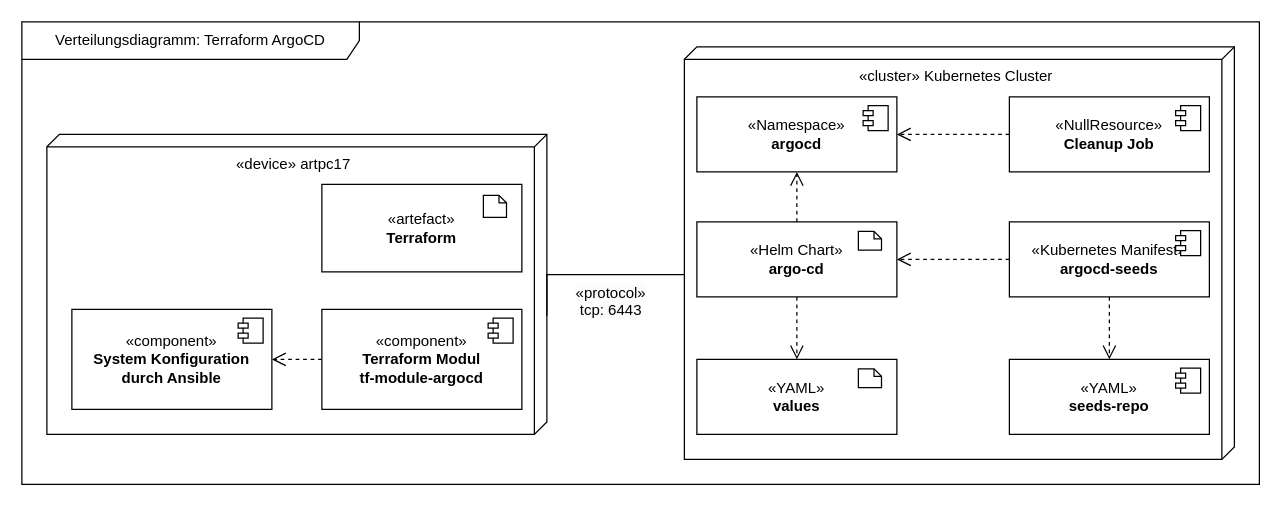
The draw.io diagram uni-bsc/dd-argocd.drawio in pogii123/drawio-charts, before the edit. Source tidied: cells renumbered, new cells numbered last; positions are measured from the earlier drawing's top-left corner, leaving out a move shared by most shapes. Both pictures are drawn from the tidied source at 125%, with x=0, y=0 at pixel (21, 21).
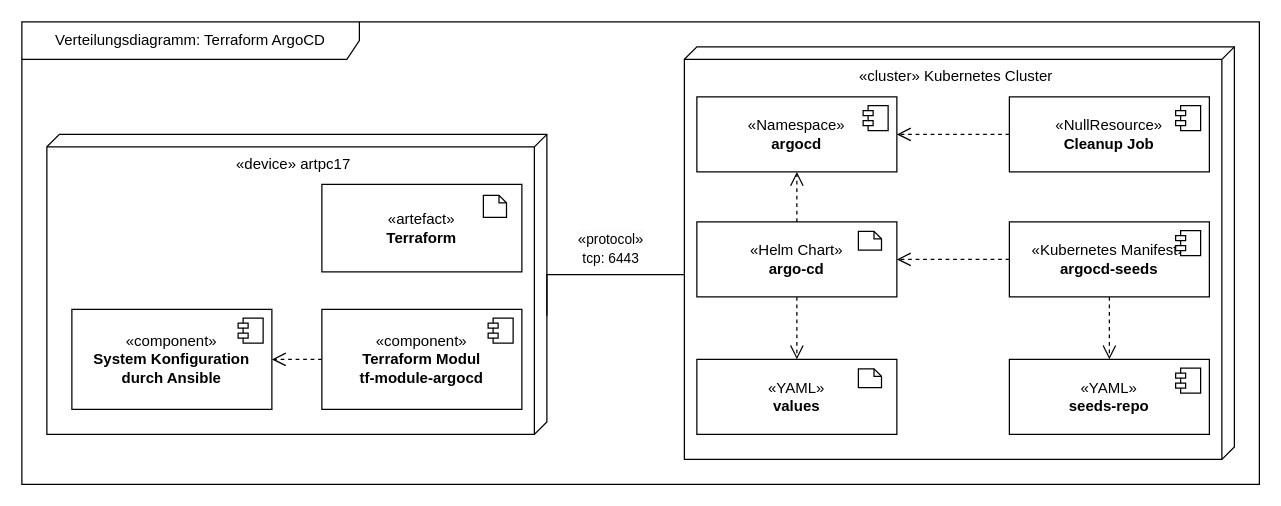
The same diagram, later.

The change refers to these unchanged cells:
```xml
<mxCell id="10" style="edgeStyle=orthogonalEdgeStyle;rounded=0;jettySize=auto;html=1;exitX=0;exitY=0;exitDx=145;exitDy=0;exitPerimeter=0;endArrow=none;endFill=0;entryX=0.552;entryY=1;entryDx=0;entryDy=0;entryPerimeter=0;" parent="1" edge="1" source="3" target="2">
  <mxGeometry relative="1" as="geometry">
    <Array as="points">
      <mxPoint x="420" y="202" />
    </Array>
  </mxGeometry>
</mxCell>
```

Diff of the diagram source:
```diff
@@
-    <mxCell id="11" value="&lt;span style=&quot;font-size: 12px; text-wrap: wrap; background-color: rgb(251, 251, 251);&quot;&gt;«protocol»&lt;br&gt;tcp: 6443&lt;br&gt;&lt;br&gt;&lt;/span&gt;" style="edgeLabel;html=1;align=center;verticalAlign=middle;" parent="10" vertex="1">
+    <mxCell id="11" value="&lt;span style=&quot;font-size: 12px; text-wrap: wrap; background-color: rgb(251, 251, 251);&quot;&gt;&lt;span style=&quot;text-wrap-style: initial; background-color: rgb(251, 251, 251);&quot;&gt;«&lt;/span&gt;&lt;span style=&quot;font-size: 11px; text-wrap-mode: nowrap; background-color: rgb(255, 255, 255);&quot;&gt;protocol&lt;/span&gt;&lt;span style=&quot;text-wrap-style: initial; background-color: rgb(251, 251, 251);&quot;&gt;»&lt;/span&gt;&lt;br style=&quot;font-size: 11px; text-wrap-mode: nowrap;&quot;&gt;&lt;span style=&quot;font-size: 11px; text-wrap-mode: nowrap; background-color: rgb(255, 255, 255);&quot;&gt;tcp: 6443&lt;/span&gt;&lt;/span&gt;" style="edgeLabel;html=1;align=center;verticalAlign=middle;" parent="10" vertex="1">
       <mxGeometry x="-0.26" y="2" relative="1" as="geometry">
-        <mxPoint x="30" y="30" as="offset" />
+        <mxPoint x="30" y="-20" as="offset" />
       </mxGeometry>
     </mxCell>
```
